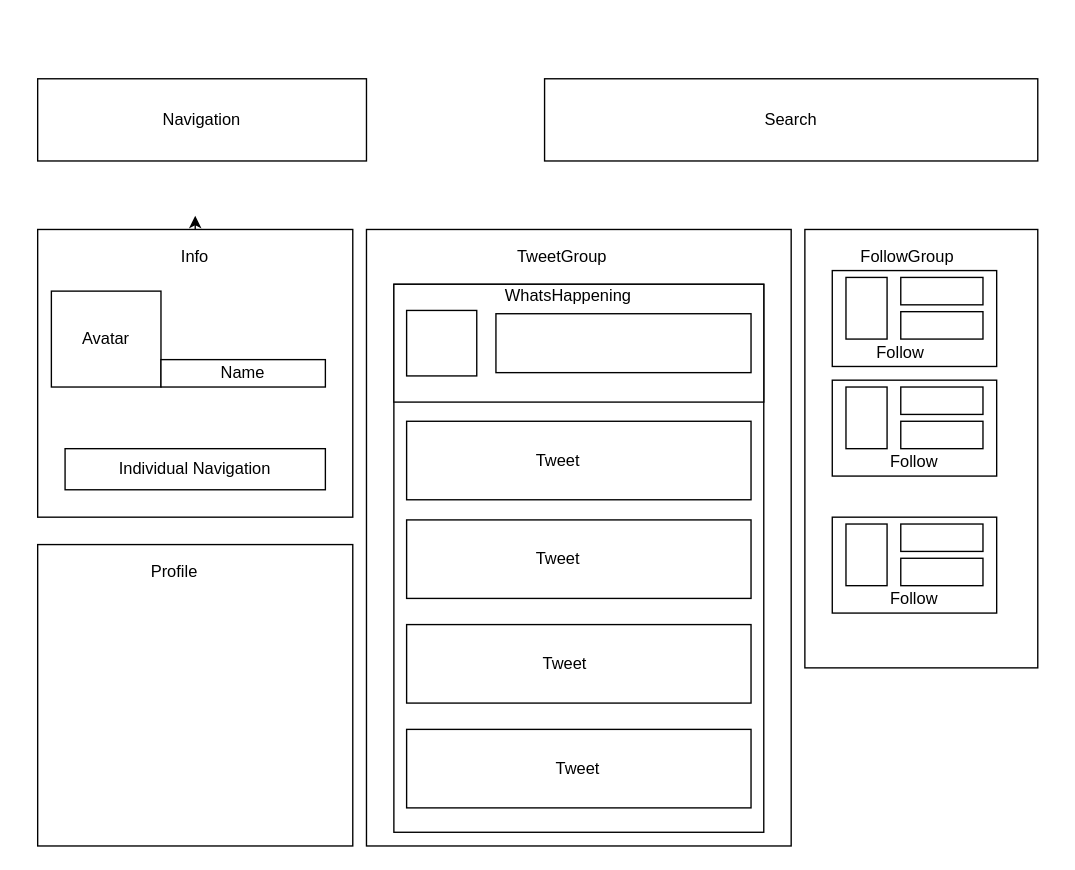
OkilyDokily/twitter-clone keeps this draw.io diagram as twitter-clone.drawio. Above is the earlier version. Source tidied: cells renumbered, new cells numbered last; positions are measured from the earlier drawing's top-left corner, leaving out a move shared by most shapes. Both pictures are drawn from the tidied source at 137%, with x=0, y=0 at pixel (37, 78).
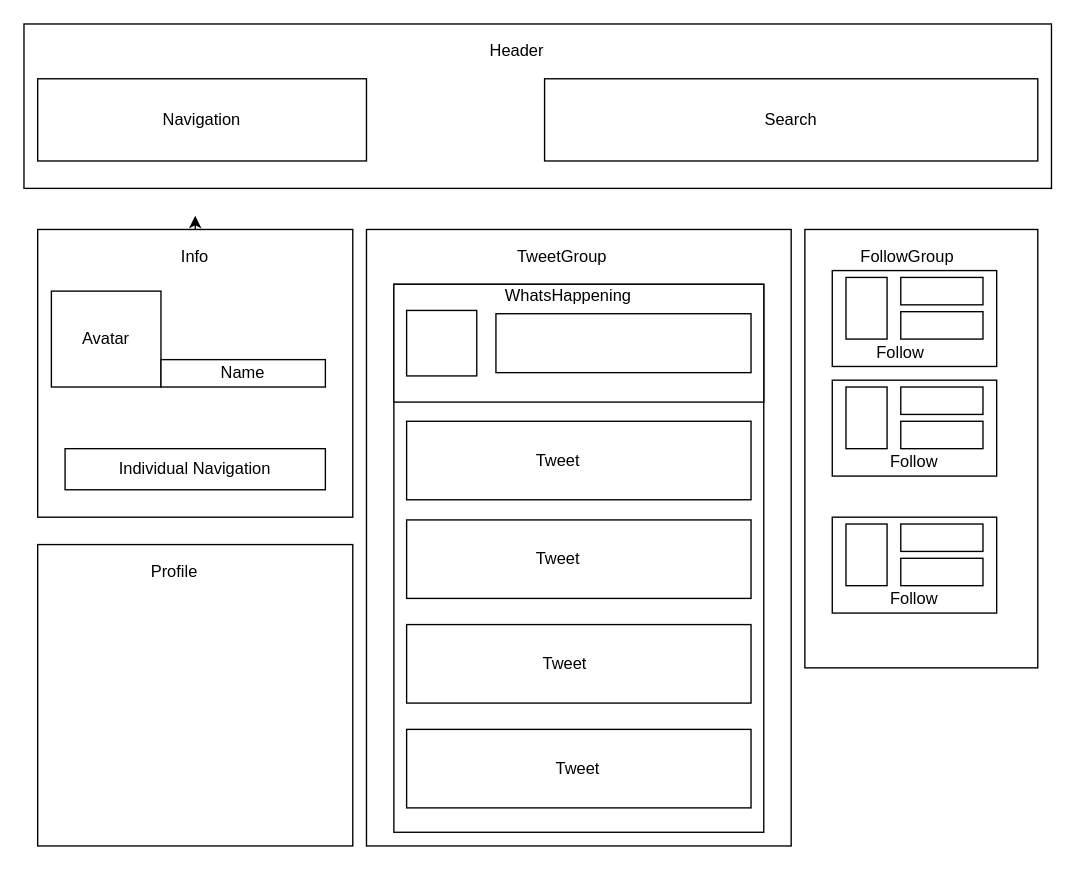
The same page after the edit.

What changed in the source:
```diff
@@
+    <mxCell id="48" style="rounded=0;whiteSpace=wrap;html=1;" parent="1" vertex="1">
+      <mxGeometry x="-10" y="-40" width="750" height="120" as="geometry" />
+    </mxCell>
@@
+    <mxCell id="49" value="Header" style="text;html=1;strokeColor=none;fillColor=none;align=center;verticalAlign=middle;whiteSpace=wrap;rounded=0;" parent="1" vertex="1">
+      <mxGeometry x="310" y="-30" width="80" height="20" as="geometry" />
+    </mxCell>
```
